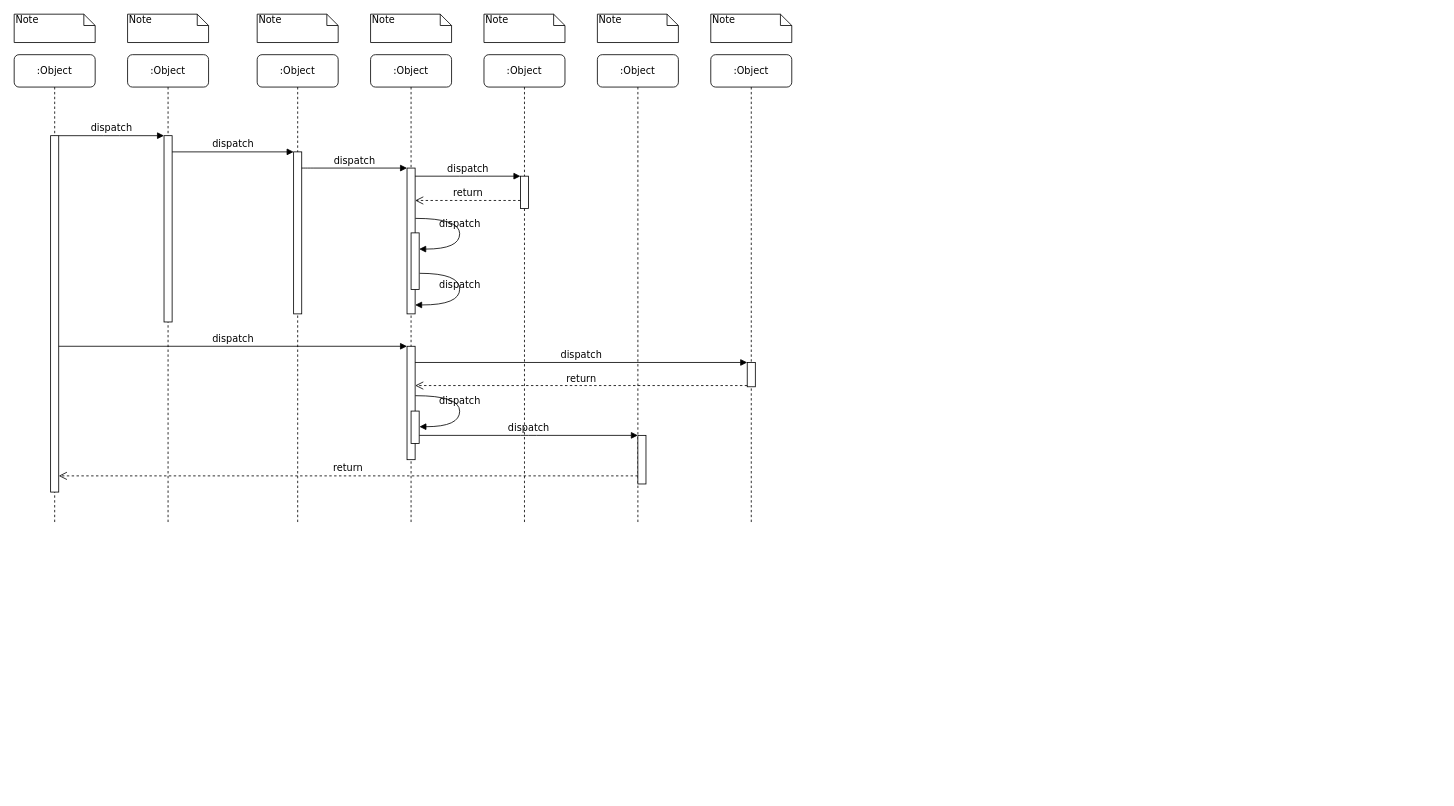
Before: Untitled Diagram.drawio in su29029/ShuiShiPin, a draw.io diagram. Source tidied: cells renumbered, new cells numbered last; positions are measured from the earlier drawing's top-left corner, leaving out a move shared by most shapes. Both pictures are drawn from the tidied source at 81%, with x=0, y=0 at pixel (14, 14).
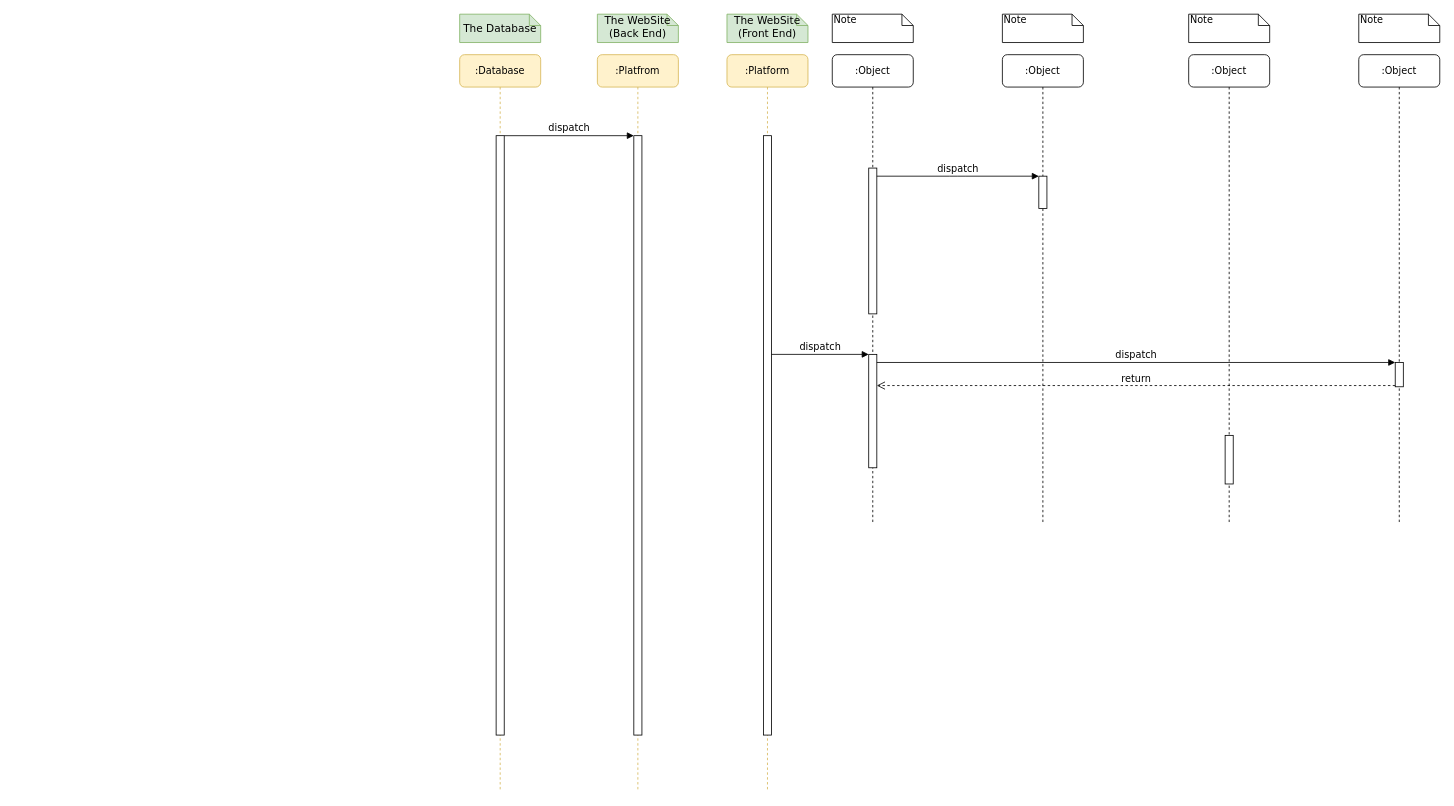
Above is the later version.

What changed in the source:
```diff
@@
-    <mxCell id="2" value=":Object" style="shape=umlLifeline;perimeter=lifelinePerimeter;whiteSpace=wrap;html=1;rounded=1;shadow=0;comic=0;labelBackgroundColor=none;strokeWidth=1;fontFamily=Verdana;fontSize=12;align=center;" parent="1" vertex="1">
-      <mxGeometry x="140" y="50" width="100" height="580" as="geometry" />
+    <mxCell id="2" value=":Database" style="shape=umlLifeline;perimeter=lifelinePerimeter;whiteSpace=wrap;html=1;rounded=1;shadow=0;comic=0;labelBackgroundColor=none;strokeWidth=1;fontFamily=Verdana;fontSize=12;align=center;fillColor=#fff2cc;strokeColor=#d6b656;" parent="1" vertex="1">
+      <mxGeometry x="550" y="50" width="100" height="910" as="geometry" />
     </mxCell>
     <mxCell id="3" style="html=1;points=[];perimeter=orthogonalPerimeter;rounded=0;shadow=0;comic=0;labelBackgroundColor=none;strokeWidth=1;fontFamily=Verdana;fontSize=12;align=center;" parent="2" vertex="1">
-      <mxGeometry x="45" y="100" width="10" height="230" as="geometry" />
+      <mxGeometry x="45" y="100" width="10" height="740" as="geometry" />
     </mxCell>
-    <mxCell id="4" value=":Object" style="shape=umlLifeline;perimeter=lifelinePerimeter;whiteSpace=wrap;html=1;rounded=1;shadow=0;comic=0;labelBackgroundColor=none;strokeWidth=1;fontFamily=Verdana;fontSize=12;align=center;" parent="1" vertex="1">
-      <mxGeometry x="300" y="50" width="100" height="580" as="geometry" />
+    <mxCell id="4" value=":Platfrom" style="shape=umlLifeline;perimeter=lifelinePerimeter;whiteSpace=wrap;html=1;rounded=1;shadow=0;comic=0;labelBackgroundColor=none;strokeWidth=1;fontFamily=Verdana;fontSize=12;align=center;fillColor=#fff2cc;strokeColor=#d6b656;" parent="1" vertex="1">
+      <mxGeometry x="720" y="50" width="100" height="910" as="geometry" />
     </mxCell>
     <mxCell id="5" style="html=1;points=[];perimeter=orthogonalPerimeter;rounded=0;shadow=0;comic=0;labelBackgroundColor=none;strokeWidth=1;fontFamily=Verdana;fontSize=12;align=center;" parent="4" vertex="1">
-      <mxGeometry x="45" y="120" width="10" height="200" as="geometry" />
+      <mxGeometry x="45" y="100" width="10" height="740" as="geometry" />
     </mxCell>
     <mxCell id="6" value=":Object" style="shape=umlLifeline;perimeter=lifelinePerimeter;whiteSpace=wrap;html=1;rounded=1;shadow=0;comic=0;labelBackgroundColor=none;strokeWidth=1;fontFamily=Verdana;fontSize=12;align=center;" parent="1" vertex="1">
-      <mxGeometry x="440" y="50" width="100" height="580" as="geometry" />
+      <mxGeometry x="1010" y="50" width="100" height="580" as="geometry" />
     </mxCell>
+    <mxCell id="12" style="html=1;points=[];perimeter=orthogonalPerimeter;rounded=0;shadow=0;comic=0;labelBackgroundColor=none;strokeWidth=1;fontFamily=Verdana;fontSize=12;align=center;" parent="6" vertex="1">
+      <mxGeometry x="45" y="140" width="10" height="180" as="geometry" />
+    </mxCell>
     <mxCell id="7" value=":Object" style="shape=umlLifeline;perimeter=lifelinePerimeter;whiteSpace=wrap;html=1;rounded=1;shadow=0;comic=0;labelBackgroundColor=none;strokeWidth=1;fontFamily=Verdana;fontSize=12;align=center;" parent="1" vertex="1">
-      <mxGeometry x="580" y="50" width="100" height="580" as="geometry" />
+      <mxGeometry x="1220" y="50" width="100" height="580" as="geometry" />
     </mxCell>
+    <mxCell id="14" style="html=1;points=[];perimeter=orthogonalPerimeter;rounded=0;shadow=0;comic=0;labelBackgroundColor=none;strokeWidth=1;fontFamily=Verdana;fontSize=12;align=center;" parent="7" vertex="1">
+      <mxGeometry x="45" y="150" width="10" height="40" as="geometry" />
+    </mxCell>
     <mxCell id="8" value=":Object" style="shape=umlLifeline;perimeter=lifelinePerimeter;whiteSpace=wrap;html=1;rounded=1;shadow=0;comic=0;labelBackgroundColor=none;strokeWidth=1;fontFamily=Verdana;fontSize=12;align=center;" parent="1" vertex="1">
-      <mxGeometry x="720" y="50" width="100" height="580" as="geometry" />
+      <mxGeometry x="1450" y="50" width="100" height="580" as="geometry" />
     </mxCell>
+    <mxCell id="22" style="html=1;points=[];perimeter=orthogonalPerimeter;rounded=0;shadow=0;comic=0;labelBackgroundColor=none;strokeWidth=1;fontFamily=Verdana;fontSize=12;align=center;" parent="8" vertex="1">
+      <mxGeometry x="45" y="470" width="10" height="60" as="geometry" />
+    </mxCell>
     <mxCell id="9" value=":Object" style="shape=umlLifeline;perimeter=lifelinePerimeter;whiteSpace=wrap;html=1;rounded=1;shadow=0;comic=0;labelBackgroundColor=none;strokeWidth=1;fontFamily=Verdana;fontSize=12;align=center;" parent="1" vertex="1">
-      <mxGeometry x="860" y="50" width="100" height="580" as="geometry" />
+      <mxGeometry x="1660" y="50" width="100" height="580" as="geometry" />
     </mxCell>
+    <mxCell id="19" style="html=1;points=[];perimeter=orthogonalPerimeter;rounded=0;shadow=0;comic=0;labelBackgroundColor=none;strokeColor=#000000;strokeWidth=1;fillColor=#FFFFFF;fontFamily=Verdana;fontSize=12;fontColor=#000000;align=center;" parent="9" vertex="1">
+      <mxGeometry x="45" y="380" width="10" height="30" as="geometry" />
+    </mxCell>
-    <mxCell id="10" value=":Object" style="shape=umlLifeline;perimeter=lifelinePerimeter;whiteSpace=wrap;html=1;rounded=1;shadow=0;comic=0;labelBackgroundColor=none;strokeWidth=1;fontFamily=Verdana;fontSize=12;align=center;" parent="1" vertex="1">
-      <mxGeometry y="50" width="100" height="580" as="geometry" />
+    <mxCell id="10" value=":Platform" style="shape=umlLifeline;perimeter=lifelinePerimeter;whiteSpace=wrap;html=1;rounded=1;shadow=0;comic=0;labelBackgroundColor=none;strokeWidth=1;fontFamily=Verdana;fontSize=12;align=center;fillColor=#fff2cc;strokeColor=#d6b656;" parent="1" vertex="1">
+      <mxGeometry x="880" y="50" width="100" height="910" as="geometry" />
     </mxCell>
     <mxCell id="11" style="html=1;points=[];perimeter=orthogonalPerimeter;rounded=0;shadow=0;comic=0;labelBackgroundColor=none;strokeWidth=1;fontFamily=Verdana;fontSize=12;align=center;" parent="10" vertex="1">
-      <mxGeometry x="45" y="100" width="10" height="440" as="geometry" />
+      <mxGeometry x="45" y="100" width="10" height="740" as="geometry" />
     </mxCell>
-    <mxCell id="12" style="html=1;points=[];perimeter=orthogonalPerimeter;rounded=0;shadow=0;comic=0;labelBackgroundColor=none;strokeWidth=1;fontFamily=Verdana;fontSize=12;align=center;" parent="1" vertex="1">
-      <mxGeometry x="485" y="190" width="10" height="180" as="geometry" />
-    </mxCell>
-    <mxCell id="13" value="dispatch" style="html=1;verticalAlign=bottom;endArrow=block;labelBackgroundColor=none;fontFamily=Verdana;fontSize=12;edgeStyle=elbowEdgeStyle;elbow=vertical;" parent="1" edge="1" source="5" target="12">
-      <mxGeometry relative="1" as="geometry">
-        <Array as="points">
-          <mxPoint x="360" y="190" />
-        </Array>
-      </mxGeometry>
-    </mxCell>
-    <mxCell id="14" style="html=1;points=[];perimeter=orthogonalPerimeter;rounded=0;shadow=0;comic=0;labelBackgroundColor=none;strokeWidth=1;fontFamily=Verdana;fontSize=12;align=center;" parent="1" vertex="1">
-      <mxGeometry x="625" y="200" width="10" height="40" as="geometry" />
-    </mxCell>
@@
-    <mxCell id="16" value="return" style="html=1;verticalAlign=bottom;endArrow=open;dashed=1;endSize=8;labelBackgroundColor=none;fontFamily=Verdana;fontSize=12;edgeStyle=elbowEdgeStyle;elbow=vertical;" parent="1" edge="1" source="14" target="12">
-      <mxGeometry relative="1" as="geometry">
-        <Array as="points">
-          <mxPoint x="570" y="230" />
-          <mxPoint x="600" y="230" />
-        </Array>
-      </mxGeometry>
-    </mxCell>
     <mxCell id="17" style="html=1;points=[];perimeter=orthogonalPerimeter;rounded=0;shadow=0;comic=0;labelBackgroundColor=none;strokeWidth=1;fontFamily=Verdana;fontSize=12;align=center;" parent="1" vertex="1">
-      <mxGeometry x="485" y="410" width="10" height="140" as="geometry" />
+      <mxGeometry x="1055" y="420" width="10" height="140" as="geometry" />
     </mxCell>
@@
-    <mxCell id="19" style="html=1;points=[];perimeter=orthogonalPerimeter;rounded=0;shadow=0;comic=0;labelBackgroundColor=none;strokeColor=#000000;strokeWidth=1;fillColor=#FFFFFF;fontFamily=Verdana;fontSize=12;fontColor=#000000;align=center;" parent="1" vertex="1">
-      <mxGeometry x="905" y="430" width="10" height="30" as="geometry" />
-    </mxCell>
@@
-    <mxCell id="22" style="html=1;points=[];perimeter=orthogonalPerimeter;rounded=0;shadow=0;comic=0;labelBackgroundColor=none;strokeWidth=1;fontFamily=Verdana;fontSize=12;align=center;" parent="1" vertex="1">
-      <mxGeometry x="770" y="520" width="10" height="60" as="geometry" />
-    </mxCell>
-    <mxCell id="23" value="dispatch" style="html=1;verticalAlign=bottom;endArrow=block;entryX=0;entryY=0;labelBackgroundColor=none;fontFamily=Verdana;fontSize=12;edgeStyle=elbowEdgeStyle;elbow=vertical;" parent="1" edge="1" source="30" target="22">
-      <mxGeometry relative="1" as="geometry" />
-    </mxCell>
-    <mxCell id="24" value="return" style="html=1;verticalAlign=bottom;endArrow=open;dashed=1;endSize=8;labelBackgroundColor=none;fontFamily=Verdana;fontSize=12;edgeStyle=elbowEdgeStyle;elbow=vertical;" parent="1" edge="1" source="22" target="11">
-      <mxGeometry relative="1" as="geometry">
-        <Array as="points">
-          <mxPoint x="470" y="570" />
-        </Array>
-      </mxGeometry>
-    </mxCell>
-    <mxCell id="25" value="dispatch" style="html=1;verticalAlign=bottom;endArrow=block;entryX=0;entryY=0;labelBackgroundColor=none;fontFamily=Verdana;fontSize=12;edgeStyle=elbowEdgeStyle;elbow=vertical;" parent="1" edge="1" source="11" target="3">
-      <mxGeometry relative="1" as="geometry" />
-    </mxCell>
@@
-    <mxCell id="27" style="html=1;points=[];perimeter=orthogonalPerimeter;rounded=0;shadow=0;comic=0;labelBackgroundColor=none;strokeWidth=1;fontFamily=Verdana;fontSize=12;align=center;" parent="1" vertex="1">
-      <mxGeometry x="490" y="270" width="10" height="70" as="geometry" />
-    </mxCell>
-    <mxCell id="28" value="dispatch" style="html=1;verticalAlign=bottom;endArrow=block;labelBackgroundColor=none;fontFamily=Verdana;fontSize=12;elbow=vertical;edgeStyle=orthogonalEdgeStyle;curved=1;entryX=1;entryY=0.286;entryPerimeter=0;exitX=1.038;exitY=0.345;exitPerimeter=0;" parent="1" edge="1" source="12" target="27">
-      <mxGeometry relative="1" as="geometry">
-        <Array as="points">
-          <mxPoint x="550" y="252" />
-          <mxPoint x="550" y="290" />
-        </Array>
-      </mxGeometry>
-    </mxCell>
-    <mxCell id="29" value="dispatch" style="html=1;verticalAlign=bottom;endArrow=block;labelBackgroundColor=none;fontFamily=Verdana;fontSize=12;elbow=vertical;edgeStyle=orthogonalEdgeStyle;curved=1;exitX=1.066;exitY=0.713;exitPerimeter=0;" parent="1" edge="1" source="27">
-      <mxGeometry relative="1" as="geometry">
-        <mxPoint x="495" y="359" as="targetPoint" />
-        <Array as="points">
-          <mxPoint x="550" y="320" />
-          <mxPoint x="550" y="359" />
-        </Array>
-      </mxGeometry>
-    </mxCell>
-    <mxCell id="30" style="html=1;points=[];perimeter=orthogonalPerimeter;rounded=0;shadow=0;comic=0;labelBackgroundColor=none;strokeWidth=1;fontFamily=Verdana;fontSize=12;align=center;" parent="1" vertex="1">
-      <mxGeometry x="490" y="490" width="10" height="40" as="geometry" />
-    </mxCell>
-    <mxCell id="31" value="dispatch" style="html=1;verticalAlign=bottom;endArrow=block;labelBackgroundColor=none;fontFamily=Verdana;fontSize=12;elbow=vertical;edgeStyle=orthogonalEdgeStyle;curved=1;entryX=1;entryY=0.286;entryPerimeter=0;exitX=1.038;exitY=0.345;exitPerimeter=0;" parent="1" edge="1">
-      <mxGeometry relative="1" as="geometry">
-        <mxPoint x="495.3" y="471" as="sourcePoint" />
-        <mxPoint x="500.3" y="509.3" as="targetPoint" />
-        <Array as="points">
-          <mxPoint x="550" y="471" />
-          <mxPoint x="550" y="509" />
-        </Array>
-      </mxGeometry>
-    </mxCell>
-    <mxCell id="32" value="Note" style="shape=note;whiteSpace=wrap;html=1;size=14;verticalAlign=top;align=left;spacingTop=-6;rounded=0;shadow=0;comic=0;labelBackgroundColor=none;strokeWidth=1;fontFamily=Verdana;fontSize=12;" parent="1" vertex="1">
-      <mxGeometry width="100" height="35" as="geometry" />
+    <mxCell id="32" value="&lt;div&gt;&lt;span style=&quot;line-height: 120% ; font-size: 13px&quot;&gt;The WebSite&lt;/span&gt;&lt;/div&gt;&lt;div&gt;&lt;span style=&quot;line-height: 120% ; font-size: 13px&quot;&gt;(Front End)&lt;/span&gt;&lt;/div&gt;" style="shape=note;whiteSpace=wrap;html=1;size=14;verticalAlign=top;align=center;spacingTop=-6;rounded=0;shadow=0;comic=0;labelBackgroundColor=none;strokeWidth=1;fontFamily=Verdana;fontSize=12;fillColor=#d5e8d4;strokeColor=#82b366;" parent="1" vertex="1">
+      <mxGeometry x="880" width="100" height="35" as="geometry" />
     </mxCell>
-    <mxCell id="33" value="Note" style="shape=note;whiteSpace=wrap;html=1;size=14;verticalAlign=top;align=left;spacingTop=-6;rounded=0;shadow=0;comic=0;labelBackgroundColor=none;strokeWidth=1;fontFamily=Verdana;fontSize=12;" parent="1" vertex="1">
-      <mxGeometry x="140" width="100" height="35" as="geometry" />
+    <mxCell id="33" value="&lt;font style=&quot;font-size: 13px ; line-height: 260%&quot;&gt;The Database&lt;/font&gt;" style="shape=note;whiteSpace=wrap;html=1;size=14;verticalAlign=top;align=center;spacingTop=-6;rounded=0;shadow=0;comic=0;labelBackgroundColor=none;strokeWidth=1;fontFamily=Verdana;fontSize=12;fillColor=#d5e8d4;strokeColor=#82b366;" parent="1" vertex="1">
+      <mxGeometry x="550" width="100" height="35" as="geometry" />
     </mxCell>
-    <mxCell id="34" value="Note" style="shape=note;whiteSpace=wrap;html=1;size=14;verticalAlign=top;align=left;spacingTop=-6;rounded=0;shadow=0;comic=0;labelBackgroundColor=none;strokeWidth=1;fontFamily=Verdana;fontSize=12;" parent="1" vertex="1">
-      <mxGeometry x="300" width="100" height="35" as="geometry" />
+    <mxCell id="34" value="&lt;div style=&quot;font-size: 13px&quot;&gt;&lt;span&gt;&lt;font style=&quot;font-size: 13px&quot;&gt;The WebSite&lt;/font&gt;&lt;/span&gt;&lt;/div&gt;&lt;div style=&quot;font-size: 13px&quot;&gt;&lt;span&gt;&lt;font style=&quot;font-size: 13px&quot;&gt;(Back End)&lt;/font&gt;&lt;/span&gt;&lt;/div&gt;" style="shape=note;whiteSpace=wrap;html=1;size=14;verticalAlign=top;align=center;spacingTop=-6;rounded=0;shadow=0;comic=0;labelBackgroundColor=none;strokeWidth=1;fontFamily=Verdana;fontSize=12;fillColor=#d5e8d4;strokeColor=#82b366;" parent="1" vertex="1">
+      <mxGeometry x="720" width="100" height="35" as="geometry" />
     </mxCell>
     <mxCell id="35" value="Note" style="shape=note;whiteSpace=wrap;html=1;size=14;verticalAlign=top;align=left;spacingTop=-6;rounded=0;shadow=0;comic=0;labelBackgroundColor=none;strokeWidth=1;fontFamily=Verdana;fontSize=12;" parent="1" vertex="1">
-      <mxGeometry x="440" width="100" height="35" as="geometry" />
+      <mxGeometry x="1010" width="100" height="35" as="geometry" />
     </mxCell>
     <mxCell id="36" value="Note" style="shape=note;whiteSpace=wrap;html=1;size=14;verticalAlign=top;align=left;spacingTop=-6;rounded=0;shadow=0;comic=0;labelBackgroundColor=none;strokeWidth=1;fontFamily=Verdana;fontSize=12;" parent="1" vertex="1">
-      <mxGeometry x="580" width="100" height="35" as="geometry" />
+      <mxGeometry x="1220" width="100" height="35" as="geometry" />
     </mxCell>
     <mxCell id="37" value="Note" style="shape=note;whiteSpace=wrap;html=1;size=14;verticalAlign=top;align=left;spacingTop=-6;rounded=0;shadow=0;comic=0;labelBackgroundColor=none;strokeWidth=1;fontFamily=Verdana;fontSize=12;" parent="1" vertex="1">
-      <mxGeometry x="720" width="100" height="35" as="geometry" />
+      <mxGeometry x="1450" width="100" height="35" as="geometry" />
     </mxCell>
     <mxCell id="38" value="Note" style="shape=note;whiteSpace=wrap;html=1;size=14;verticalAlign=top;align=left;spacingTop=-6;rounded=0;shadow=0;comic=0;labelBackgroundColor=none;strokeWidth=1;fontFamily=Verdana;fontSize=12;" parent="1" vertex="1">
-      <mxGeometry x="860" width="100" height="35" as="geometry" />
+      <mxGeometry x="1660" width="100" height="35" as="geometry" />
     </mxCell>
```
